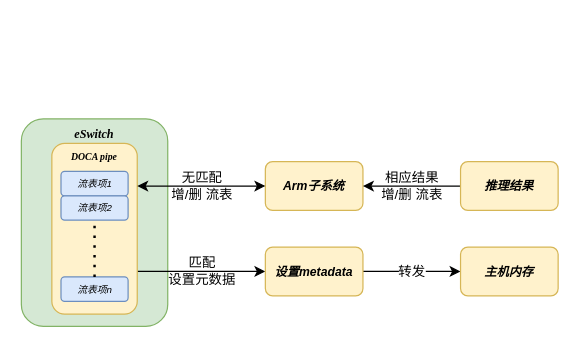
Earlier version of the draw.io diagram GPUpipe.drawio (CHRIS123540/GPU). Source tidied: cells renumbered, new cells numbered last; positions are measured from the earlier drawing's top-left corner, leaving out a move shared by most shapes. Both pictures are drawn from the tidied source at 122%, with x=0, y=0 at pixel (21, 118).
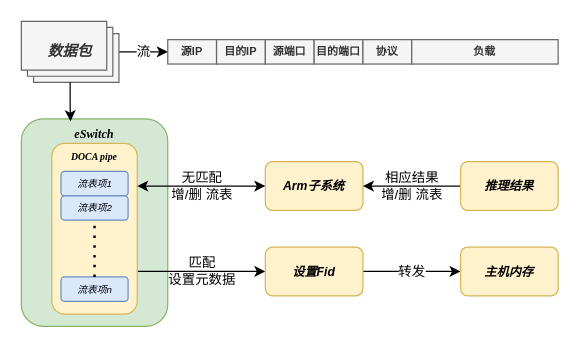
Above is the later version.

The change refers to these unchanged cells:
```xml
<mxCell id="2" value="&lt;font style=&quot;&quot;&gt;&lt;font style=&quot;font-size: 10px;&quot;&gt;eSwitch&lt;/font&gt;&lt;span style=&quot;font-size: 8px;&quot;&gt;&lt;span style=&quot;font-size: 8px;&quot;&gt;&lt;br style=&quot;font-size: 8px;&quot;&gt;&lt;/span&gt;&lt;/span&gt;&lt;/font&gt;" style="rounded=1;html=1;fillColor=#d5e8d4;strokeColor=#82b366;direction=north;fontStyle=3;verticalAlign=top;horizontal=1;whiteSpace=wrap;fontSize=8;fontFamily=Times New Roman;" parent="1" vertex="1">
  <mxGeometry width="120" height="170" as="geometry" />
</mxCell>
```

What changed in the source:
```diff
@@
-    <mxCell id="11" value="&lt;span style=&quot;font-size: 10px;&quot;&gt;&lt;b&gt;&lt;i&gt;设置metadata&lt;/i&gt;&lt;/b&gt;&lt;/span&gt;" style="rounded=1;whiteSpace=wrap;html=1;fillColor=#fff2cc;strokeColor=#d6b656;" parent="1" vertex="1">
+    <mxCell id="11" value="&lt;span style=&quot;font-size: 10px;&quot;&gt;&lt;b&gt;&lt;i&gt;设置Fid&lt;/i&gt;&lt;/b&gt;&lt;/span&gt;" style="rounded=1;whiteSpace=wrap;html=1;fillColor=#fff2cc;strokeColor=#d6b656;" parent="1" vertex="1">
       <mxGeometry x="200" y="105" width="80" height="40" as="geometry" />
     </mxCell>
@@
+    <mxCell id="16" value="流" style="edgeStyle=orthogonalEdgeStyle;rounded=0;jettySize=auto;html=1;entryX=0;entryY=0.5;entryDx=0;entryDy=0;" parent="1" edge="1" source="17" target="18">
+      <mxGeometry relative="1" as="geometry" />
+    </mxCell>
+    <mxCell id="17" value="数据包" style="verticalLabelPosition=middle;verticalAlign=middle;html=1;shape=mxgraph.basic.layered_rect;dx=10;outlineConnect=0;whiteSpace=wrap;horizontal=1;fontStyle=3;labelPosition=center;align=center;fontFamily=Times New Roman;fillColor=#f5f5f5;fontColor=#333333;strokeColor=#666666;" parent="1" vertex="1">
+      <mxGeometry y="-80" width="80" height="50" as="geometry" />
+    </mxCell>
+    <mxCell id="18" value="源IP" style="rounded=0;whiteSpace=wrap;html=1;fillColor=#f5f5f5;strokeColor=#666666;fontColor=#333333;fontSize=9;fontStyle=1;" parent="1" vertex="1">
+      <mxGeometry x="120" y="-65" width="40" height="20" as="geometry" />
+    </mxCell>
+    <mxCell id="19" value="目的IP" style="rounded=0;whiteSpace=wrap;html=1;fillColor=#f5f5f5;strokeColor=#666666;fontColor=#333333;fontSize=9;fontStyle=1;" parent="1" vertex="1">
+      <mxGeometry x="160" y="-65" width="40" height="20" as="geometry" />
+    </mxCell>
+    <mxCell id="20" value="源端口" style="rounded=0;whiteSpace=wrap;html=1;fillColor=#f5f5f5;strokeColor=#666666;fontColor=#333333;fontSize=9;fontStyle=1;" parent="1" vertex="1">
+      <mxGeometry x="200" y="-65" width="40" height="20" as="geometry" />
+    </mxCell>
+    <mxCell id="21" value="目的端口" style="rounded=0;whiteSpace=wrap;html=1;fillColor=#f5f5f5;strokeColor=#666666;fontColor=#333333;fontSize=9;fontStyle=1;" parent="1" vertex="1">
+      <mxGeometry x="240" y="-65" width="40" height="20" as="geometry" />
+    </mxCell>
+    <mxCell id="22" value="协议" style="rounded=0;whiteSpace=wrap;html=1;fillColor=#f5f5f5;strokeColor=#666666;fontColor=#333333;fontSize=9;fontStyle=1;" parent="1" vertex="1">
+      <mxGeometry x="280" y="-65" width="40" height="20" as="geometry" />
+    </mxCell>
+    <mxCell id="23" value="负载" style="rounded=0;whiteSpace=wrap;html=1;fillColor=#f5f5f5;strokeColor=#666666;fontColor=#333333;fontSize=9;fontStyle=1;" parent="1" vertex="1">
+      <mxGeometry x="320" y="-65" width="120" height="20" as="geometry" />
+    </mxCell>
+    <mxCell id="24" style="edgeStyle=orthogonalEdgeStyle;rounded=0;jettySize=auto;html=1;entryX=0.989;entryY=0.336;entryDx=0;entryDy=0;entryPerimeter=0;" parent="1" edge="1" source="17" target="2">
+      <mxGeometry relative="1" as="geometry" />
+    </mxCell>
```
